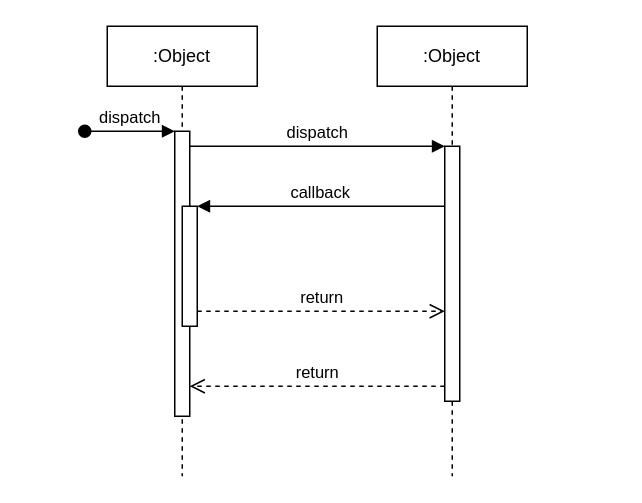
This is 제목 없는 다이어그램.drawio from Gichan94/korea_b, a draw.io file, before an edit. Source tidied: cells renumbered, new cells numbered last; positions are measured from the earlier drawing's top-left corner, leaving out a move shared by most shapes. Both pictures are drawn from the tidied source at 150%, with x=0, y=0 at pixel (84, 26).
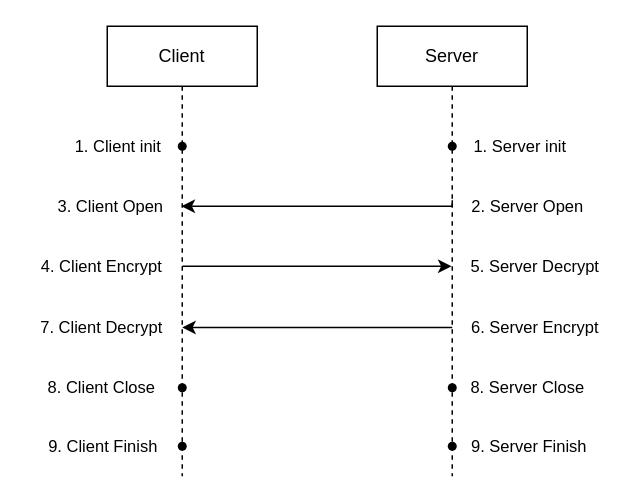
The same diagram, later.

Commit message:
제목 없는 다이어그램.drawio 업데이트

What changed in the source:
```diff
@@
-    <mxCell id="2" value=":Object" style="shape=umlLifeline;perimeter=lifelinePerimeter;whiteSpace=wrap;html=1;outlineConnect=0;portConstraint=eastwest;newEdgeStyle={&quot;edgeStyle&quot;:&quot;elbowEdgeStyle&quot;,&quot;elbow&quot;:&quot;vertical&quot;,&quot;curved&quot;:0,&quot;rounded&quot;:0};" parent="1" vertex="1">
+    <mxCell id="2" value="Client" style="shape=umlLifeline;perimeter=lifelinePerimeter;whiteSpace=wrap;html=1;outlineConnect=0;portConstraint=eastwest;newEdgeStyle={&quot;edgeStyle&quot;:&quot;elbowEdgeStyle&quot;,&quot;elbow&quot;:&quot;vertical&quot;,&quot;curved&quot;:0,&quot;rounded&quot;:0};" parent="1" vertex="1">
       <mxGeometry x="15" width="100" height="300" as="geometry" />
     </mxCell>
-    <mxCell id="3" style="html=1;points=[];perimeter=orthogonalPerimeter;outlineConnect=0;targetShapes=umlLifeline;portConstraint=eastwest;newEdgeStyle={&quot;edgeStyle&quot;:&quot;elbowEdgeStyle&quot;,&quot;elbow&quot;:&quot;vertical&quot;,&quot;curved&quot;:0,&quot;rounded&quot;:0};" parent="2" vertex="1">
-      <mxGeometry x="45" y="70" width="10" height="190" as="geometry" />
-    </mxCell>
-    <mxCell id="4" value="dispatch" style="html=1;verticalAlign=bottom;startArrow=oval;endArrow=block;startSize=8;edgeStyle=elbowEdgeStyle;elbow=vertical;curved=0;rounded=0;" parent="2" edge="1" target="3">
-      <mxGeometry relative="1" as="geometry">
-        <mxPoint x="-15" y="70" as="sourcePoint" />
-      </mxGeometry>
-    </mxCell>
-    <mxCell id="5" style="html=1;points=[];perimeter=orthogonalPerimeter;outlineConnect=0;targetShapes=umlLifeline;portConstraint=eastwest;newEdgeStyle={&quot;edgeStyle&quot;:&quot;elbowEdgeStyle&quot;,&quot;elbow&quot;:&quot;vertical&quot;,&quot;curved&quot;:0,&quot;rounded&quot;:0};" parent="2" vertex="1">
-      <mxGeometry x="50" y="120" width="10" height="80" as="geometry" />
-    </mxCell>
-    <mxCell id="6" value=":Object" style="shape=umlLifeline;perimeter=lifelinePerimeter;whiteSpace=wrap;html=1;outlineConnect=0;portConstraint=eastwest;newEdgeStyle={&quot;edgeStyle&quot;:&quot;elbowEdgeStyle&quot;,&quot;elbow&quot;:&quot;vertical&quot;,&quot;curved&quot;:0,&quot;rounded&quot;:0};" parent="1" vertex="1">
+    <mxCell id="6" value="Server" style="shape=umlLifeline;perimeter=lifelinePerimeter;whiteSpace=wrap;html=1;outlineConnect=0;portConstraint=eastwest;newEdgeStyle={&quot;edgeStyle&quot;:&quot;elbowEdgeStyle&quot;,&quot;elbow&quot;:&quot;vertical&quot;,&quot;curved&quot;:0,&quot;rounded&quot;:0};" parent="1" vertex="1">
       <mxGeometry x="195" width="100" height="300" as="geometry" />
     </mxCell>
-    <mxCell id="7" style="html=1;points=[];perimeter=orthogonalPerimeter;outlineConnect=0;targetShapes=umlLifeline;portConstraint=eastwest;newEdgeStyle={&quot;edgeStyle&quot;:&quot;elbowEdgeStyle&quot;,&quot;elbow&quot;:&quot;vertical&quot;,&quot;curved&quot;:0,&quot;rounded&quot;:0};" parent="6" vertex="1">
-      <mxGeometry x="45" y="80" width="10" height="170" as="geometry" />
-    </mxCell>
-    <mxCell id="8" value="dispatch" style="html=1;verticalAlign=bottom;endArrow=block;edgeStyle=elbowEdgeStyle;elbow=vertical;curved=0;rounded=0;" parent="1" edge="1" source="3" target="7">
-      <mxGeometry relative="1" as="geometry">
-        <Array as="points">
-          <mxPoint x="155" y="80" />
-        </Array>
-      </mxGeometry>
-    </mxCell>
-    <mxCell id="9" value="return" style="html=1;verticalAlign=bottom;endArrow=open;dashed=1;endSize=8;edgeStyle=elbowEdgeStyle;elbow=vertical;curved=0;rounded=0;" parent="1" edge="1" source="7" target="3">
-      <mxGeometry relative="1" as="geometry">
-        <Array as="points">
-          <mxPoint x="165" y="240" />
-        </Array>
-      </mxGeometry>
-    </mxCell>
-    <mxCell id="10" value="callback" style="html=1;verticalAlign=bottom;endArrow=block;edgeStyle=elbowEdgeStyle;elbow=vertical;curved=0;rounded=0;" parent="1" edge="1" source="7" target="5">
-      <mxGeometry relative="1" as="geometry">
-        <Array as="points">
-          <mxPoint x="165" y="120" />
-        </Array>
-      </mxGeometry>
-    </mxCell>
-    <mxCell id="11" value="return" style="html=1;verticalAlign=bottom;endArrow=open;dashed=1;endSize=8;edgeStyle=elbowEdgeStyle;elbow=vertical;curved=0;rounded=0;" parent="1" edge="1" source="5" target="7">
-      <mxGeometry relative="1" as="geometry">
-        <Array as="points">
-          <mxPoint x="155" y="190" />
-        </Array>
-      </mxGeometry>
-    </mxCell>
+    <mxCell id="12" value="&lt;span style=&quot;font-size: 11px;&quot;&gt;1. Client init&lt;/span&gt;" style="text;html=1;align=center;verticalAlign=middle;strokeColor=none;fillColor=none;" parent="1" vertex="1">
+      <mxGeometry x="-18" y="65" width="80" height="30" as="geometry" />
+    </mxCell>
+    <mxCell id="13" value="&lt;span style=&quot;font-size: 11px;&quot;&gt;1. Server init&lt;/span&gt;" style="text;html=1;align=center;verticalAlign=middle;strokeColor=none;fillColor=none;" parent="1" vertex="1">
+      <mxGeometry x="245" y="65" width="90" height="30" as="geometry" />
+    </mxCell>
+    <mxCell id="14" value="&lt;span style=&quot;font-size: 11px;&quot;&gt;2. Server Open&lt;/span&gt;" style="text;html=1;align=center;verticalAlign=middle;strokeColor=none;fillColor=none;" parent="1" vertex="1">
+      <mxGeometry x="245" y="105" width="100" height="30" as="geometry" />
+    </mxCell>
+    <mxCell id="15" style="shape=waypoint;sketch=0;fillStyle=solid;size=6;fillColor=none;perimeter=centerPerimeter;" parent="1" vertex="1">
+      <mxGeometry x="55" y="70" width="20" height="20" as="geometry" />
+    </mxCell>
+    <mxCell id="16" style="shape=waypoint;sketch=0;fillStyle=solid;size=6;fillColor=none;perimeter=centerPerimeter;" parent="1" vertex="1">
+      <mxGeometry x="235" y="70" width="20" height="20" as="geometry" />
+    </mxCell>
+    <mxCell id="17" style="edgeStyle=orthogonalEdgeStyle;rounded=0;jettySize=auto;html=1;" parent="1" edge="1" target="2">
+      <mxGeometry relative="1" as="geometry">
+        <mxPoint x="245" y="116" as="sourcePoint" />
+        <Array as="points">
+          <mxPoint x="245" y="120" />
+        </Array>
+      </mxGeometry>
+    </mxCell>
+    <mxCell id="18" value="&lt;span style=&quot;font-size: 11px;&quot;&gt;3. Client Open&lt;br&gt;&lt;/span&gt;" style="text;html=1;align=center;verticalAlign=middle;strokeColor=none;fillColor=none;" parent="1" vertex="1">
+      <mxGeometry x="-28" y="105" width="90" height="30" as="geometry" />
+    </mxCell>
+    <mxCell id="19" value="&lt;span style=&quot;font-size: 11px;&quot;&gt;4. Client Encrypt&lt;br&gt;&lt;/span&gt;" style="text;html=1;align=center;verticalAlign=middle;strokeColor=none;fillColor=none;" parent="1" vertex="1">
+      <mxGeometry x="-39" y="145" width="100" height="30" as="geometry" />
+    </mxCell>
+    <mxCell id="20" style="edgeStyle=orthogonalEdgeStyle;rounded=0;jettySize=auto;html=1;" parent="1" edge="1" target="6">
+      <mxGeometry relative="1" as="geometry">
+        <mxPoint x="65" y="160" as="sourcePoint" />
+        <Array as="points">
+          <mxPoint x="195" y="160" />
+          <mxPoint x="195" y="160" />
+        </Array>
+      </mxGeometry>
+    </mxCell>
+    <mxCell id="21" value="&lt;span style=&quot;font-size: 11px;&quot;&gt;5. Server Decrypt&lt;/span&gt;" style="text;html=1;align=center;verticalAlign=middle;strokeColor=none;fillColor=none;" parent="1" vertex="1">
+      <mxGeometry x="245" y="145" width="110" height="30" as="geometry" />
+    </mxCell>
+    <mxCell id="22" value="&lt;span style=&quot;font-size: 11px;&quot;&gt;6. Server Encrypt&lt;/span&gt;" style="text;html=1;align=center;verticalAlign=middle;strokeColor=none;fillColor=none;" parent="1" vertex="1">
+      <mxGeometry x="245" y="186" width="110" height="30" as="geometry" />
+    </mxCell>
+    <mxCell id="23" style="edgeStyle=orthogonalEdgeStyle;rounded=0;orthogonalLoop=1;jettySize=auto;html=1;" parent="1" edge="1">
+      <mxGeometry relative="1" as="geometry">
+        <mxPoint x="245" y="200.8" as="sourcePoint" />
+        <mxPoint x="65" y="200.8" as="targetPoint" />
+        <Array as="points">
+          <mxPoint x="115" y="200.8" />
+          <mxPoint x="115" y="200.8" />
+        </Array>
+      </mxGeometry>
+    </mxCell>
+    <mxCell id="24" value="&lt;span style=&quot;font-size: 11px;&quot;&gt;7. Client Decrypt&lt;br&gt;&lt;/span&gt;" style="text;html=1;align=center;verticalAlign=middle;strokeColor=none;fillColor=none;" parent="1" vertex="1">
+      <mxGeometry x="-39" y="186" width="100" height="30" as="geometry" />
+    </mxCell>
+    <mxCell id="25" value="&lt;span style=&quot;font-size: 11px;&quot;&gt;8. Server Close&lt;/span&gt;" style="text;html=1;align=center;verticalAlign=middle;strokeColor=none;fillColor=none;" parent="1" vertex="1">
+      <mxGeometry x="245" y="226" width="100" height="30" as="geometry" />
+    </mxCell>
+    <mxCell id="26" style="shape=waypoint;sketch=0;fillStyle=solid;size=6;fillColor=none;perimeter=centerPerimeter;" parent="1" vertex="1">
+      <mxGeometry x="235" y="231" width="20" height="20" as="geometry" />
+    </mxCell>
+    <mxCell id="27" style="shape=waypoint;sketch=0;fillStyle=solid;size=6;fillColor=none;perimeter=centerPerimeter;" parent="1" vertex="1">
+      <mxGeometry x="235" y="270" width="20" height="20" as="geometry" />
+    </mxCell>
+    <mxCell id="28" style="shape=waypoint;sketch=0;fillStyle=solid;size=6;fillColor=none;perimeter=centerPerimeter;" parent="1" vertex="1">
+      <mxGeometry x="55" y="231" width="20" height="20" as="geometry" />
+    </mxCell>
+    <mxCell id="29" style="shape=waypoint;sketch=0;fillStyle=solid;size=6;fillColor=none;perimeter=centerPerimeter;" parent="1" vertex="1">
+      <mxGeometry x="55" y="270" width="20" height="20" as="geometry" />
+    </mxCell>
+    <mxCell id="30" value="&lt;span style=&quot;font-size: 11px;&quot;&gt;8. Client Close&lt;/span&gt;" style="text;html=1;align=center;verticalAlign=middle;strokeColor=none;fillColor=none;" parent="1" vertex="1">
+      <mxGeometry x="-39" y="226" width="100" height="30" as="geometry" />
+    </mxCell>
+    <mxCell id="31" value="&lt;span style=&quot;font-size: 11px;&quot;&gt;9. Server Finish&lt;/span&gt;" style="text;html=1;align=center;verticalAlign=middle;strokeColor=none;fillColor=none;" parent="1" vertex="1">
+      <mxGeometry x="246" y="265" width="100" height="30" as="geometry" />
+    </mxCell>
+    <mxCell id="32" value="&lt;span style=&quot;font-size: 11px;&quot;&gt;9. Client Finish&lt;/span&gt;" style="text;html=1;align=center;verticalAlign=middle;strokeColor=none;fillColor=none;" parent="1" vertex="1">
+      <mxGeometry x="-38" y="265" width="100" height="30" as="geometry" />
+    </mxCell>
```
